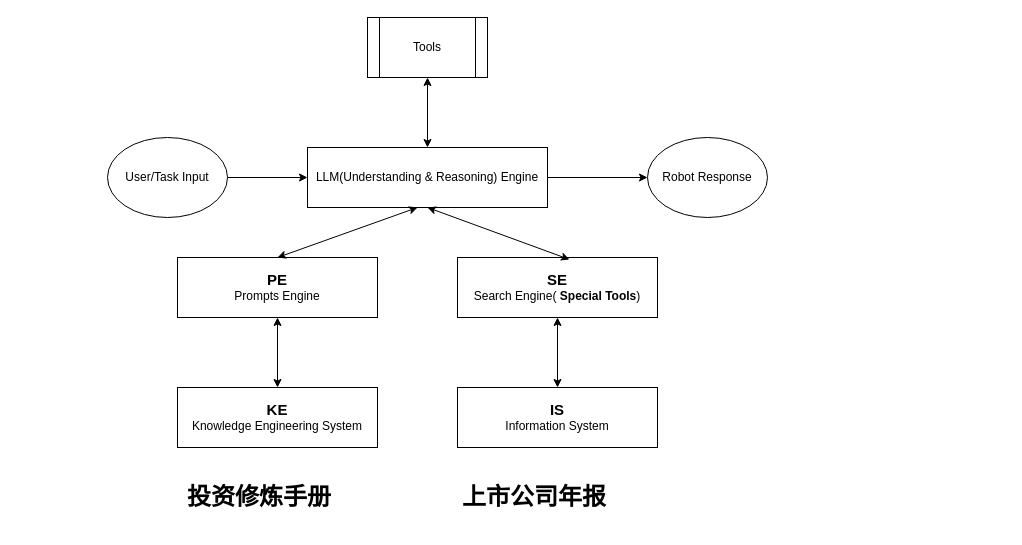
Before: page "基本的架构" (1 of 5) of docs/alita_mini_demo.drawio in hellozhaojian/alita_demo, a draw.io diagram. Source tidied: cells renumbered, new cells numbered last; positions are measured from the earlier drawing's top-left corner, leaving out a move shared by most shapes. Both pictures are drawn from the tidied source at 100%, with x=0, y=0 at pixel (107, 17).
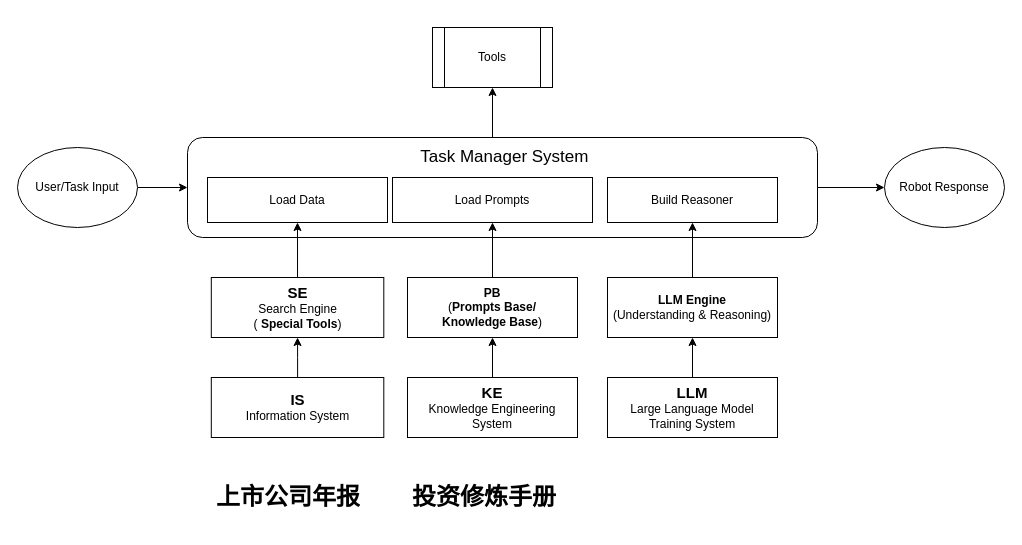
The same page after the edit.

Diff of the diagram source:
```diff
@@
+    <mxCell id="16" style="endArrow=classic;startArrow=classic;html=1;rounded=0;" parent="1" edge="1" source="24" target="15">
+      <mxGeometry relative="1" as="geometry" />
+    </mxCell>
+    <mxCell id="19" value="&lt;font style=&quot;font-size: 17px;&quot;&gt;&amp;nbsp;Task Manager System&lt;br&gt;&lt;br&gt;&lt;br&gt;&lt;br&gt;&lt;/font&gt;" style="rounded=1;whiteSpace=wrap;html=1;" parent="1" vertex="1">
+      <mxGeometry x="80" y="120" width="630" height="100" as="geometry" />
+    </mxCell>
+    <mxCell id="20" style="edgeStyle=orthogonalEdgeStyle;rounded=0;jettySize=auto;html=1;entryX=0.5;entryY=1;entryDx=0;entryDy=0;" parent="1" edge="1" source="2" target="22">
+      <mxGeometry relative="1" as="geometry" />
+    </mxCell>
     <mxCell id="2" value="&lt;b&gt;&lt;font style=&quot;font-size: 15px;&quot;&gt;KE&lt;/font&gt;&lt;/b&gt;&lt;br&gt;Knowledge Engineering System" style="rounded=0;whiteSpace=wrap;html=1;" parent="1" vertex="1">
-      <mxGeometry x="70" y="370" width="200" height="60" as="geometry" />
+      <mxGeometry x="300" y="360" width="170" height="60" as="geometry" />
     </mxCell>
+    <mxCell id="14" style="edgeStyle=orthogonalEdgeStyle;rounded=0;jettySize=auto;html=1;entryX=0.5;entryY=1;entryDx=0;entryDy=0;" parent="1" edge="1" source="3" target="4">
+      <mxGeometry relative="1" as="geometry" />
+    </mxCell>
     <mxCell id="3" value="&lt;b&gt;&lt;font style=&quot;font-size: 15px;&quot;&gt;IS&lt;/font&gt;&lt;/b&gt;&lt;br&gt;Information System" style="rounded=0;whiteSpace=wrap;html=1;" parent="1" vertex="1">
-      <mxGeometry x="350" y="370" width="200" height="60" as="geometry" />
+      <mxGeometry x="103.8" y="360" width="172.5" height="60" as="geometry" />
     </mxCell>
-    <mxCell id="4" value="&lt;b&gt;&lt;font style=&quot;font-size: 15px;&quot;&gt;SE&lt;/font&gt;&lt;/b&gt;&lt;br&gt;Search Engine( &lt;b&gt;Special Tools&lt;/b&gt;)" style="rounded=0;whiteSpace=wrap;html=1;" parent="1" vertex="1">
-      <mxGeometry x="350" y="240" width="200" height="60" as="geometry" />
+    <mxCell id="4" value="&lt;b&gt;&lt;font style=&quot;font-size: 15px;&quot;&gt;SE&lt;/font&gt;&lt;/b&gt;&lt;br&gt;Search Engine&lt;br&gt;(&amp;nbsp;&lt;b&gt;Special Tools&lt;/b&gt;)" style="rounded=0;whiteSpace=wrap;html=1;" parent="1" vertex="1">
+      <mxGeometry x="103.8" y="260" width="172.5" height="60" as="geometry" />
     </mxCell>
-    <mxCell id="5" value="&lt;b&gt;&lt;font style=&quot;font-size: 15px;&quot;&gt;PE&lt;/font&gt;&lt;/b&gt;&lt;br&gt;Prompts Engine" style="rounded=0;whiteSpace=wrap;html=1;" parent="1" vertex="1">
-      <mxGeometry x="70" y="240" width="200" height="60" as="geometry" />
-    </mxCell>
-    <mxCell id="6" style="edgeStyle=orthogonalEdgeStyle;rounded=0;jettySize=auto;html=1;entryX=0;entryY=0.5;entryDx=0;entryDy=0;" parent="1" edge="1" source="7" target="10">
+    <mxCell id="6" style="edgeStyle=orthogonalEdgeStyle;rounded=0;jettySize=auto;html=1;entryX=0;entryY=0.5;entryDx=0;entryDy=0;exitX=1;exitY=0.5;exitDx=0;exitDy=0;" parent="1" edge="1" source="19" target="10">
       <mxGeometry relative="1" as="geometry" />
     </mxCell>
-    <mxCell id="7" value="LLM(Understanding &amp;amp; Reasoning) Engine" style="rounded=0;whiteSpace=wrap;html=1;" parent="1" vertex="1">
-      <mxGeometry x="200" y="130" width="240" height="60" as="geometry" />
-    </mxCell>
-    <mxCell id="8" style="edgeStyle=orthogonalEdgeStyle;rounded=0;jettySize=auto;html=1;" parent="1" edge="1" source="9" target="7">
+    <mxCell id="8" style="edgeStyle=orthogonalEdgeStyle;rounded=0;jettySize=auto;html=1;" parent="1" edge="1" source="9" target="19">
       <mxGeometry relative="1" as="geometry" />
     </mxCell>
     <mxCell id="9" value="User/Task Input" style="ellipse;whiteSpace=wrap;html=1;" parent="1" vertex="1">
-      <mxGeometry y="120" width="120" height="80" as="geometry" />
+      <mxGeometry x="-90" y="130" width="120" height="80" as="geometry" />
     </mxCell>
     <mxCell id="10" value="Robot Response" style="ellipse;whiteSpace=wrap;html=1;" parent="1" vertex="1">
-      <mxGeometry x="540" y="120" width="120" height="80" as="geometry" />
+      <mxGeometry x="777" y="130" width="120" height="80" as="geometry" />
     </mxCell>
-    <mxCell id="11" style="endArrow=classic;startArrow=classic;html=1;rounded=0;exitX=0.5;exitY=0;exitDx=0;exitDy=0;" parent="1" edge="1" source="5">
-      <mxGeometry relative="1" as="geometry">
-        <mxPoint x="310" y="190" as="targetPoint" />
-      </mxGeometry>
-    </mxCell>
-    <mxCell id="12" style="endArrow=classic;startArrow=classic;html=1;rounded=0;entryX=0.5;entryY=1;entryDx=0;entryDy=0;exitX=0.56;exitY=0.033;exitDx=0;exitDy=0;exitPerimeter=0;" parent="1" edge="1" source="4" target="7">
-      <mxGeometry relative="1" as="geometry" />
-    </mxCell>
-    <mxCell id="13" style="endArrow=classic;startArrow=classic;html=1;rounded=0;exitX=0.5;exitY=0;exitDx=0;exitDy=0;" parent="1" edge="1" source="2">
-      <mxGeometry relative="1" as="geometry">
-        <mxPoint x="170" y="300" as="targetPoint" />
-      </mxGeometry>
-    </mxCell>
-    <mxCell id="14" style="endArrow=classic;startArrow=classic;html=1;rounded=0;entryX=0.5;entryY=1;entryDx=0;entryDy=0;" parent="1" edge="1" source="3" target="4">
-      <mxGeometry relative="1" as="geometry" />
-    </mxCell>
     <mxCell id="15" value="Tools" style="shape=process;whiteSpace=wrap;html=1;backgroundOutline=1;" parent="1" vertex="1">
-      <mxGeometry x="260" width="120" height="60" as="geometry" />
+      <mxGeometry x="325" y="10" width="120" height="60" as="geometry" />
     </mxCell>
-    <mxCell id="16" style="endArrow=classic;startArrow=classic;html=1;rounded=0;" parent="1" edge="1" source="7" target="15">
-      <mxGeometry relative="1" as="geometry" />
-    </mxCell>
     <mxCell id="17" value="&lt;h1&gt;投资修炼手册&lt;br&gt;&lt;/h1&gt;" style="text;html=1;strokeColor=none;fillColor=none;spacing=5;spacingTop=-20;whiteSpace=wrap;overflow=hidden;rounded=0;" parent="1" vertex="1">
-      <mxGeometry x="75" y="460" width="190" height="40" as="geometry" />
+      <mxGeometry x="300" y="460" width="190" height="40" as="geometry" />
     </mxCell>
     <mxCell id="18" value="&lt;h1&gt;上市公司年报&lt;/h1&gt;" style="text;html=1;strokeColor=none;fillColor=none;spacing=5;spacingTop=-20;whiteSpace=wrap;overflow=hidden;rounded=0;" parent="1" vertex="1">
-      <mxGeometry x="350" y="460" width="190" height="50" as="geometry" />
+      <mxGeometry x="103.8" y="460" width="190" height="50" as="geometry" />
     </mxCell>
+    <mxCell id="21" value="&lt;b&gt;LLM Engine&lt;/b&gt;&lt;br&gt;(Understanding &amp;amp; Reasoning)" style="rounded=0;whiteSpace=wrap;html=1;" parent="1" vertex="1">
+      <mxGeometry x="500" y="260" width="170" height="60" as="geometry" />
+    </mxCell>
+    <mxCell id="22" value="&lt;font style=&quot;font-size: 12px;&quot;&gt;&lt;b style=&quot;&quot;&gt;PB&lt;br&gt;&lt;/b&gt;(&lt;b style=&quot;border-color: var(--border-color);&quot;&gt;Prompts Base/&lt;/b&gt;&lt;br&gt;&lt;b&gt;Knowledge Base&lt;/b&gt;)&lt;/font&gt;" style="rounded=0;whiteSpace=wrap;html=1;" parent="1" vertex="1">
+      <mxGeometry x="300" y="260" width="170" height="60" as="geometry" />
+    </mxCell>
+    <mxCell id="23" value="Load Data" style="rounded=0;whiteSpace=wrap;html=1;" parent="1" vertex="1">
+      <mxGeometry x="100" y="160" width="180" height="45" as="geometry" />
+    </mxCell>
+    <mxCell id="24" value="Load Prompts" style="rounded=0;whiteSpace=wrap;html=1;" parent="1" vertex="1">
+      <mxGeometry x="285" y="160" width="200" height="45" as="geometry" />
+    </mxCell>
+    <mxCell id="25" value="Build Reasoner" style="rounded=0;whiteSpace=wrap;html=1;" parent="1" vertex="1">
+      <mxGeometry x="500" y="160" width="170" height="45" as="geometry" />
+    </mxCell>
+    <mxCell id="26" style="endArrow=classic;html=1;rounded=0;" parent="1" edge="1" source="4" target="23">
+      <mxGeometry relative="1" as="geometry" />
+    </mxCell>
+    <mxCell id="27" style="endArrow=classic;html=1;rounded=0;entryX=0.5;entryY=1;entryDx=0;entryDy=0;" parent="1" edge="1" source="22" target="24">
+      <mxGeometry relative="1" as="geometry" />
+    </mxCell>
+    <mxCell id="28" style="edgeStyle=orthogonalEdgeStyle;rounded=0;orthogonalLoop=1;jettySize=auto;html=1;exitX=0.5;exitY=1;exitDx=0;exitDy=0;" parent="1" edge="1" source="25" target="25">
+      <mxGeometry relative="1" as="geometry" />
+    </mxCell>
+    <mxCell id="29" style="endArrow=classic;html=1;rounded=0;entryX=0.5;entryY=1;entryDx=0;entryDy=0;" parent="1" edge="1" source="21" target="25">
+      <mxGeometry relative="1" as="geometry" />
+    </mxCell>
+    <mxCell id="30" style="edgeStyle=orthogonalEdgeStyle;rounded=0;jettySize=auto;html=1;entryX=0.5;entryY=1;entryDx=0;entryDy=0;" parent="1" edge="1" source="31" target="21">
+      <mxGeometry relative="1" as="geometry" />
+    </mxCell>
+    <mxCell id="31" value="&lt;span style=&quot;font-size: 15px;&quot;&gt;&lt;b&gt;LLM&lt;/b&gt;&lt;/span&gt;&lt;br&gt;Large Language Model Training System" style="rounded=0;whiteSpace=wrap;html=1;" parent="1" vertex="1">
+      <mxGeometry x="500" y="360" width="170" height="60" as="geometry" />
+    </mxCell>
```
